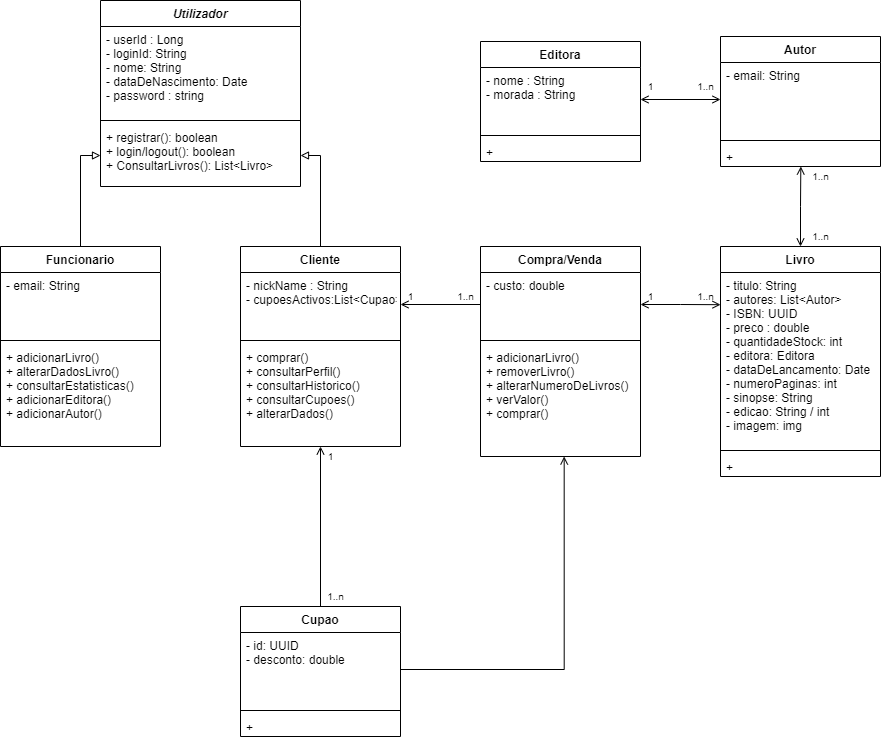
Before: Sprints/Projecto_Livraria_UML.png, a diagram exported from draw.io (ricardogouvjava/Projecto-Livraria-Requalificar). Source tidied: cells renumbered, new cells last; positions are measured from the earlier drawing's top-left corner, leaving out a move shared by most shapes.
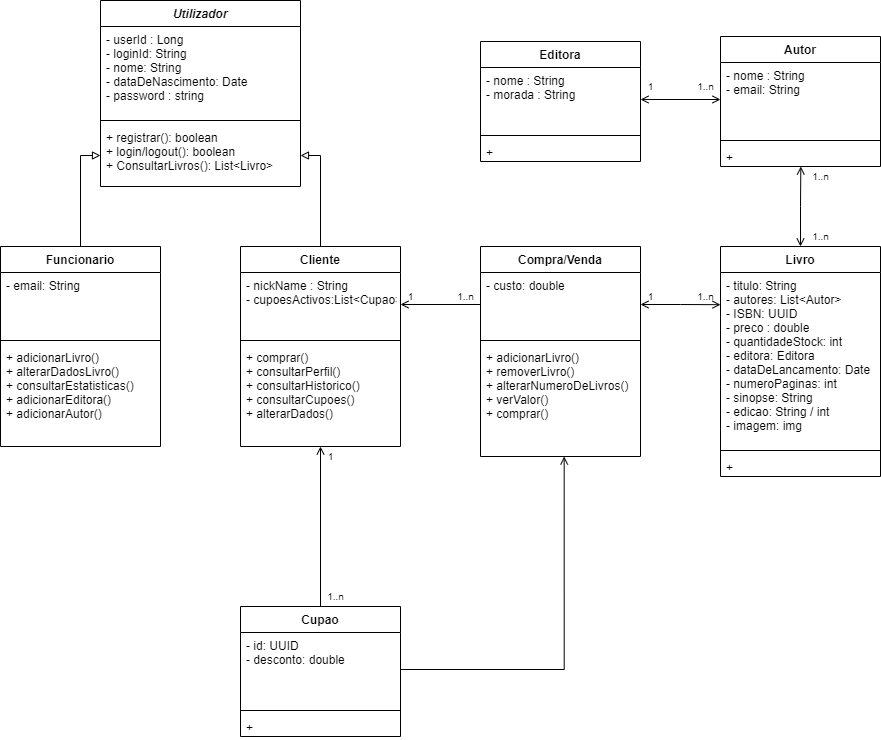
Later version of the same file.

Diff of the diagram source:
```diff
@@ -74,7 +74,7 @@
     <mxCell id="25" value="Autor" style="swimlane;fontStyle=1;align=center;verticalAlign=top;horizontal=1;startSize=26;" parent="1" vertex="1">
       <mxGeometry x="720" y="36" width="160" height="130" as="geometry" />
     </mxCell>
-    <mxCell id="26" value="- email: String" style="text;strokeColor=none;fillColor=none;align=left;verticalAlign=top;spacingLeft=4;spacingRight=4;overflow=hidden;points=[[0,0.5],[1,0.5]];portConstraint=eastwest;" parent="25" vertex="1">
+    <mxCell id="26" value="- nome : String&#10;- email: String" style="text;strokeColor=none;fillColor=none;align=left;verticalAlign=top;spacingLeft=4;spacingRight=4;overflow=hidden;points=[[0,0.5],[1,0.5]];portConstraint=eastwest;" parent="25" vertex="1">
       <mxGeometry y="26" width="160" height="74" as="geometry" />
     </mxCell>
     <mxCell id="27" style="line;strokeWidth=1;fillColor=none;align=left;verticalAlign=middle;spacingTop=-1;spacingLeft=3;spacingRight=3;labelPosition=right;" parent="25" vertex="1">
```
